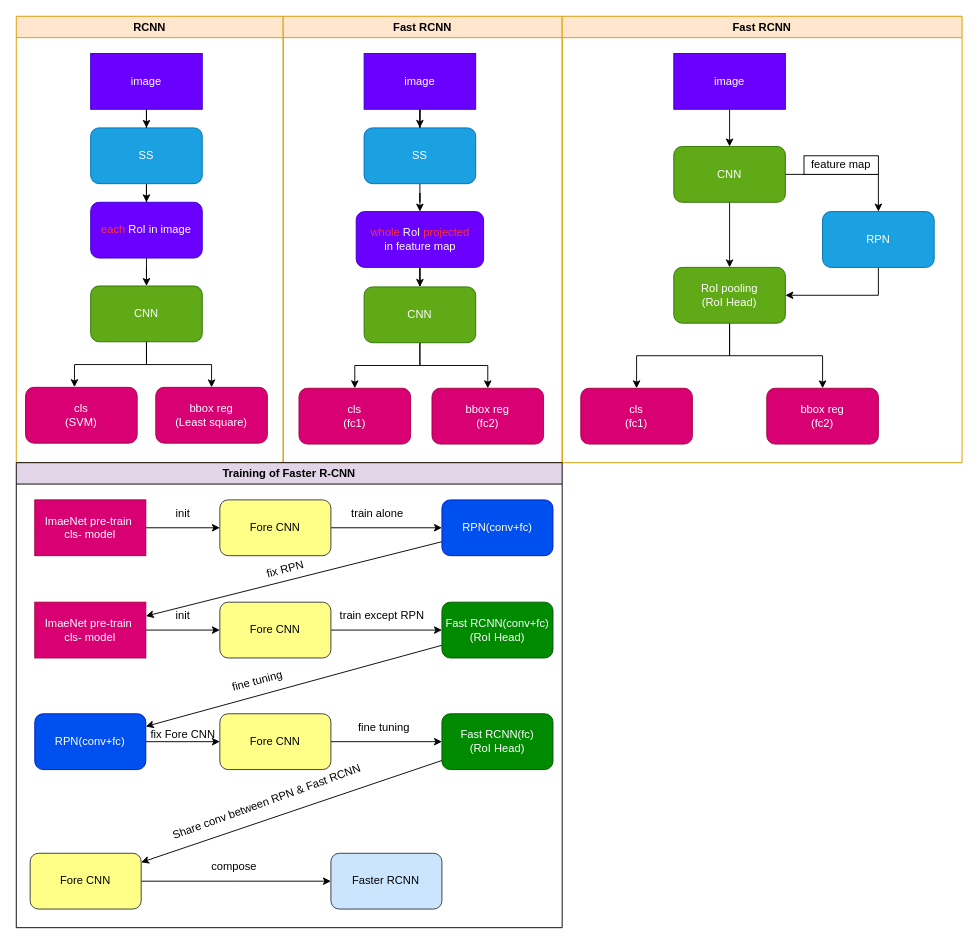
Earlier version of the draw.io diagram 20240929/Faster R-CNN.drawio (Gorgeousful/WeeklySummary). Source tidied: cells renumbered, new cells numbered last; positions are measured from the earlier drawing's top-left corner, leaving out a move shared by most shapes. Both pictures are drawn from the tidied source at 93%, with x=0, y=0 at pixel (16, 16).
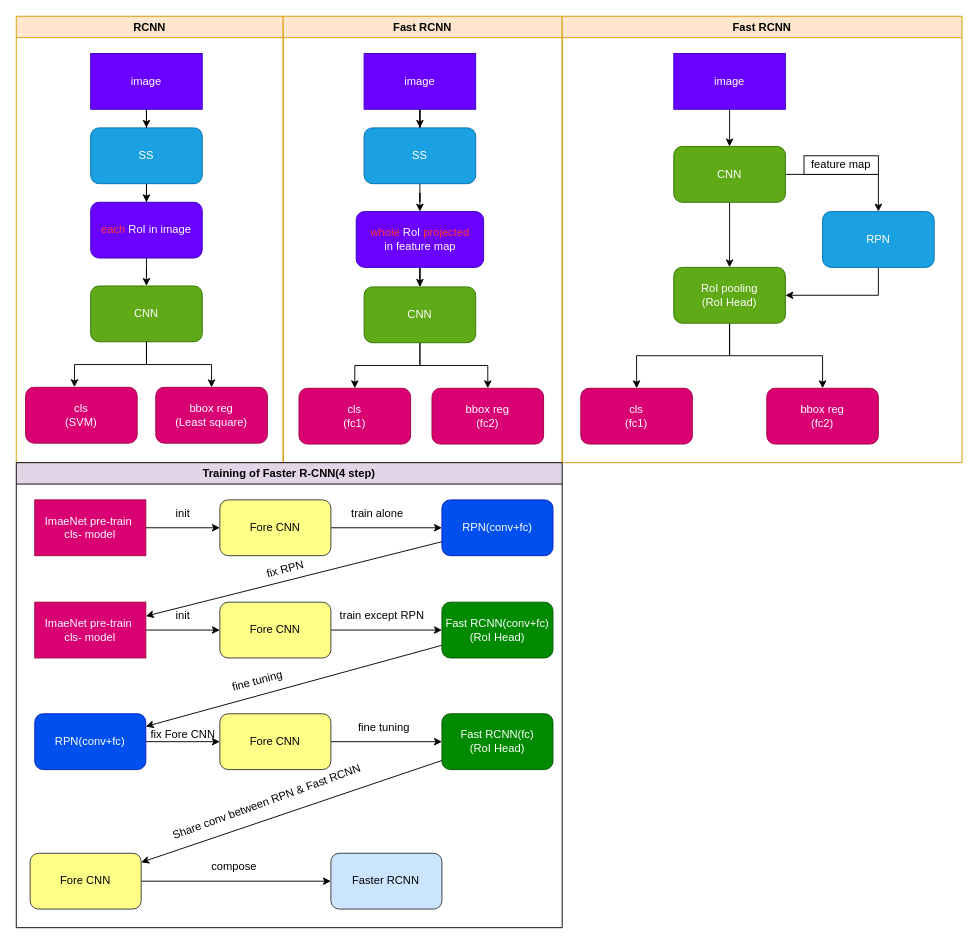
After the change.

Unchanged cells that the change refers to:
```xml
<mxCell id="40" style="group;" parent="1" vertex="1">
  <mxGeometry y="480" width="587" height="500" as="geometry" />
</mxCell>
```

The edit, as a diff of the source:
```diff
@@
-    <mxCell id="41" value="Training of Faster R-CNN" style="swimlane;whiteSpace=wrap;html=1;fillColor=#e1d5e7;strokeColor=default;swimlaneFillColor=none;gradientColor=none;rounded=0;glass=0;swimlaneLine=1;" parent="40" vertex="1">
+    <mxCell id="41" value="Training of Faster R-CNN(4 step)" style="swimlane;whiteSpace=wrap;html=1;fillColor=#e1d5e7;strokeColor=default;swimlaneFillColor=none;gradientColor=none;rounded=0;glass=0;swimlaneLine=1;" parent="40" vertex="1">
       <mxGeometry width="587" height="500" as="geometry" />
     </mxCell>
```
